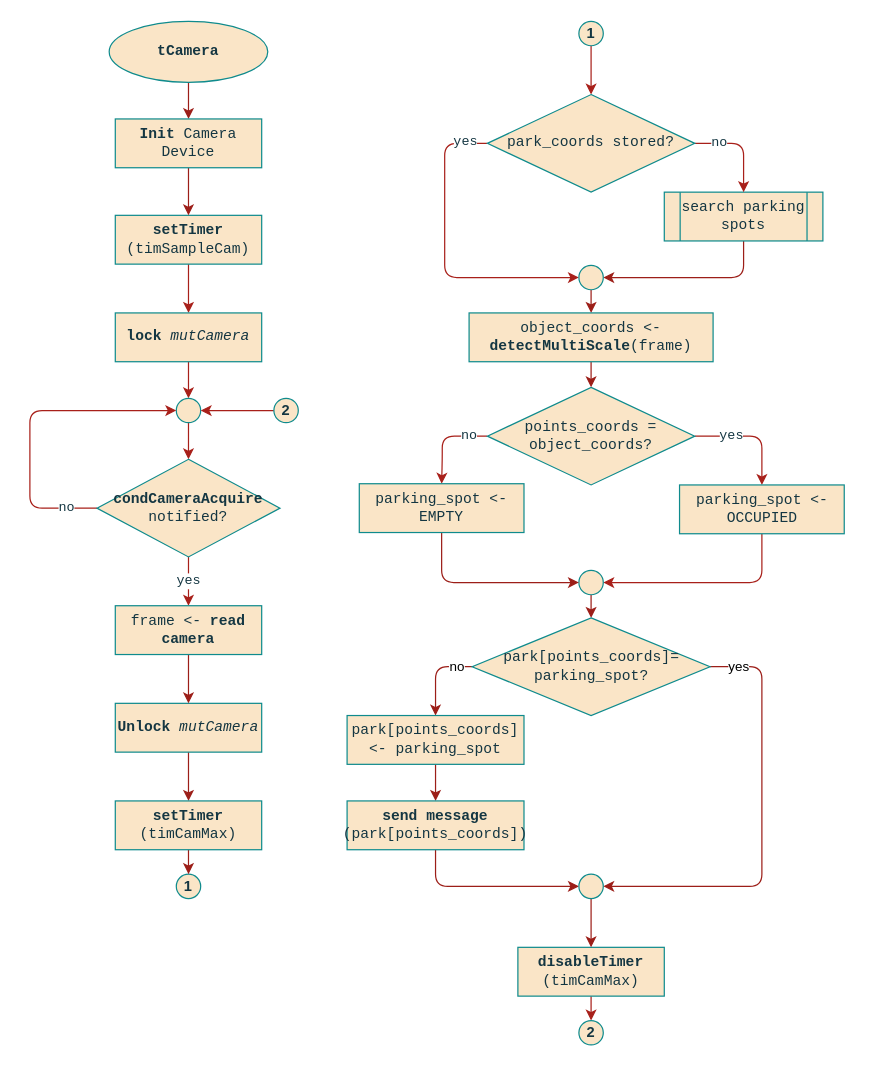
Above: page "tCamera" (1 of 2) of project/report/flowcharts/Threads.drawio in ESRGgroup9/slipad (draw.io), before the change. Source tidied: cells renumbered, new cells numbered last; positions are measured from the earlier drawing's top-left corner, leaving out a move shared by most shapes. Both pictures are drawn from the tidied source at 122%, with x=0, y=0 at pixel (29, 21).
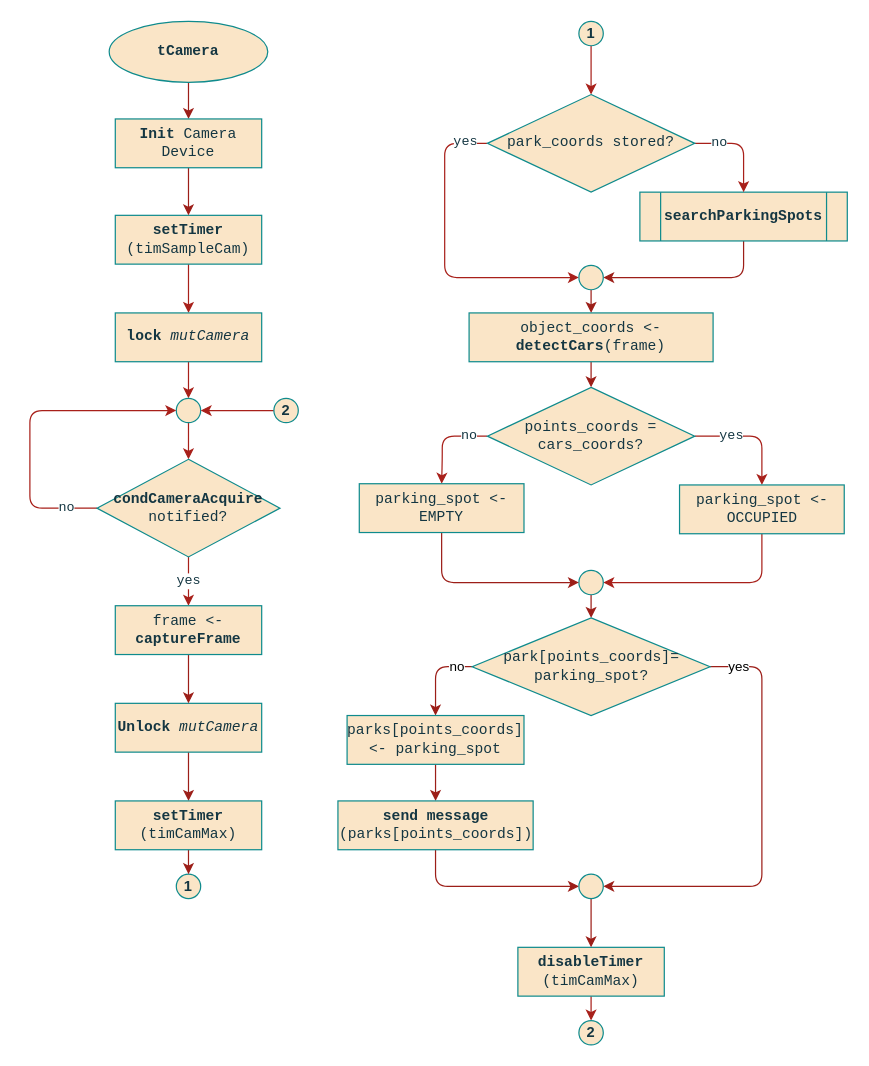
Above is the later version.

What changed in the source:
```diff
@@
-    <mxCell id="17" value="&lt;div&gt;search parking spots&lt;br&gt;&lt;/div&gt;" style="shape=process;whiteSpace=wrap;html=1;backgroundOutline=1;rounded=0;sketch=0;fontFamily=Courier New;fontColor=#143642;strokeColor=#0F8B8D;fillColor=#FAE5C7;" parent="1" vertex="1">
-      <mxGeometry x="520" y="140" width="130" height="40" as="geometry" />
+    <mxCell id="17" value="&lt;b&gt;searchParkingSpots&lt;/b&gt;" style="shape=process;whiteSpace=wrap;html=1;backgroundOutline=1;rounded=0;sketch=0;fontFamily=Courier New;fontColor=#143642;strokeColor=#0F8B8D;fillColor=#FAE5C7;" parent="1" vertex="1">
+      <mxGeometry x="500" y="140" width="170" height="40" as="geometry" />
     </mxCell>
@@
-    <mxCell id="23" value="points_coords = object_coords?" style="rhombus;whiteSpace=wrap;html=1;rounded=0;sketch=0;fontColor=#143642;strokeColor=#0F8B8D;fillColor=#FAE5C7;fontFamily=Courier New;verticalAlign=middle;labelPosition=center;verticalLabelPosition=middle;align=center;" parent="1" vertex="1">
+    <mxCell id="23" value="points_coords = cars_coords?" style="rhombus;whiteSpace=wrap;html=1;rounded=0;sketch=0;fontColor=#143642;strokeColor=#0F8B8D;fillColor=#FAE5C7;fontFamily=Courier New;verticalAlign=middle;labelPosition=center;verticalLabelPosition=middle;align=center;" parent="1" vertex="1">
       <mxGeometry x="375" y="300" width="170" height="80" as="geometry" />
     </mxCell>
@@
-    <mxCell id="40" value="frame &amp;lt;- &lt;b&gt;read camera&lt;/b&gt;" style="rounded=0;whiteSpace=wrap;html=1;sketch=0;fontColor=#143642;strokeColor=#0F8B8D;fillColor=#FAE5C7;fontFamily=Courier New;" parent="1" vertex="1">
+    <mxCell id="40" value="frame &amp;lt;- &lt;b&gt;captureFrame&lt;/b&gt;" style="rounded=0;whiteSpace=wrap;html=1;sketch=0;fontColor=#143642;strokeColor=#0F8B8D;fillColor=#FAE5C7;fontFamily=Courier New;" parent="1" vertex="1">
       <mxGeometry x="70" y="479" width="120" height="40" as="geometry" />
     </mxCell>
@@
-    <mxCell id="44" value="object_coords &amp;lt;- &lt;b&gt;detectMultiScale&lt;/b&gt;(frame)" style="rounded=0;whiteSpace=wrap;html=1;sketch=0;fontColor=#143642;strokeColor=#0F8B8D;fillColor=#FAE5C7;fontFamily=Courier New;" parent="1" vertex="1">
+    <mxCell id="44" value="object_coords &amp;lt;- &lt;b&gt;detectCars&lt;/b&gt;(frame)" style="rounded=0;whiteSpace=wrap;html=1;sketch=0;fontColor=#143642;strokeColor=#0F8B8D;fillColor=#FAE5C7;fontFamily=Courier New;" parent="1" vertex="1">
       <mxGeometry x="360" y="239" width="200" height="40" as="geometry" />
     </mxCell>
@@
-    <mxCell id="51" value="park[points_coords] &amp;lt;- parking_spot" style="rounded=0;whiteSpace=wrap;html=1;sketch=0;fontColor=#143642;strokeColor=#0F8B8D;fillColor=#FAE5C7;fontFamily=Courier New;" parent="1" vertex="1">
+    <mxCell id="51" value="parks[points_coords] &amp;lt;- parking_spot" style="rounded=0;whiteSpace=wrap;html=1;sketch=0;fontColor=#143642;strokeColor=#0F8B8D;fillColor=#FAE5C7;fontFamily=Courier New;" parent="1" vertex="1">
       <mxGeometry x="260" y="569" width="145" height="40" as="geometry" />
     </mxCell>
@@
-    <mxCell id="53" value="&lt;b&gt;send message&lt;/b&gt;&lt;br&gt;(park[points_coords])" style="rounded=0;whiteSpace=wrap;html=1;sketch=0;fontColor=#143642;strokeColor=#0F8B8D;fillColor=#FAE5C7;fontFamily=Courier New;" parent="1" vertex="1">
-      <mxGeometry x="260" y="639" width="145" height="40" as="geometry" />
+    <mxCell id="53" value="&lt;b&gt;send message&lt;/b&gt;&lt;br&gt;(parks[points_coords])" style="rounded=0;whiteSpace=wrap;html=1;sketch=0;fontColor=#143642;strokeColor=#0F8B8D;fillColor=#FAE5C7;fontFamily=Courier New;" parent="1" vertex="1">
+      <mxGeometry x="252.5" y="639" width="160" height="40" as="geometry" />
     </mxCell>
```
